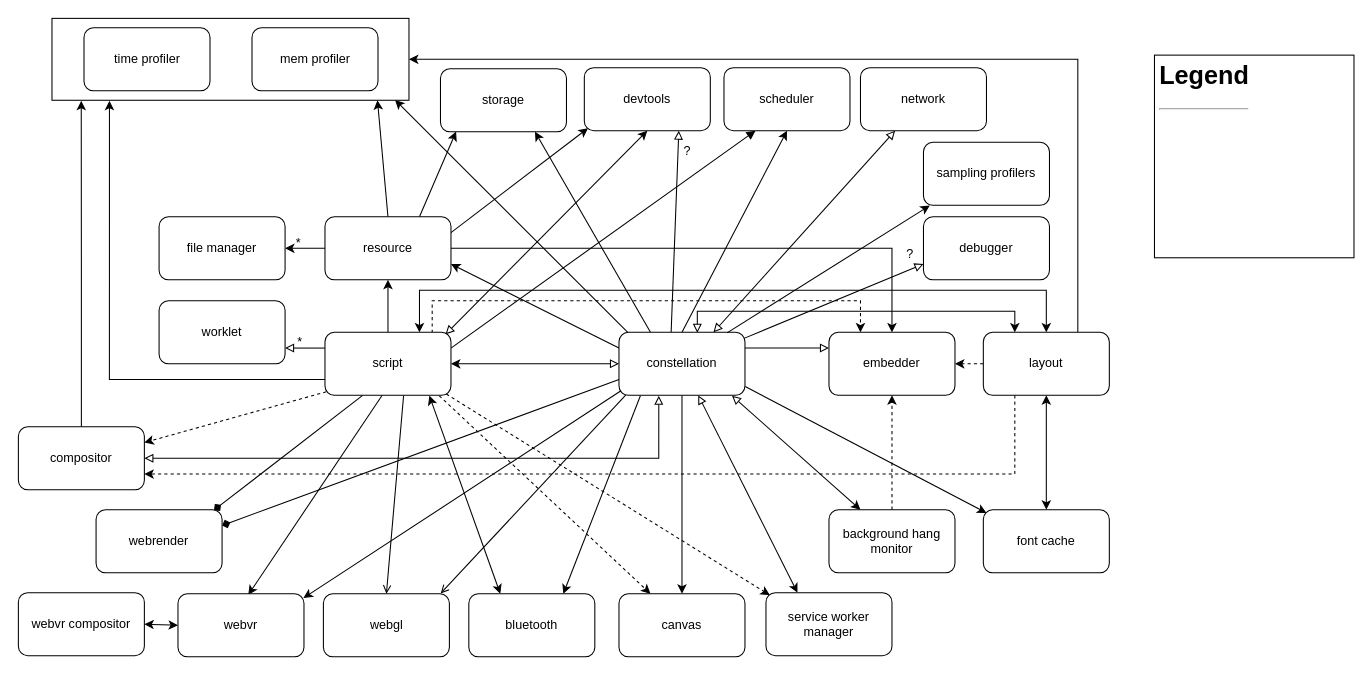
The draw.io diagram Servo concurrency - new layout.drawio in AZWN/servo-dependency-graph, before the edit. Source tidied: cells renumbered, new cells numbered last; positions are measured from the earlier drawing's top-left corner, leaving out a move shared by most shapes. Both pictures are drawn from the tidied source at 105%, with x=0, y=0 at pixel (18, 18).
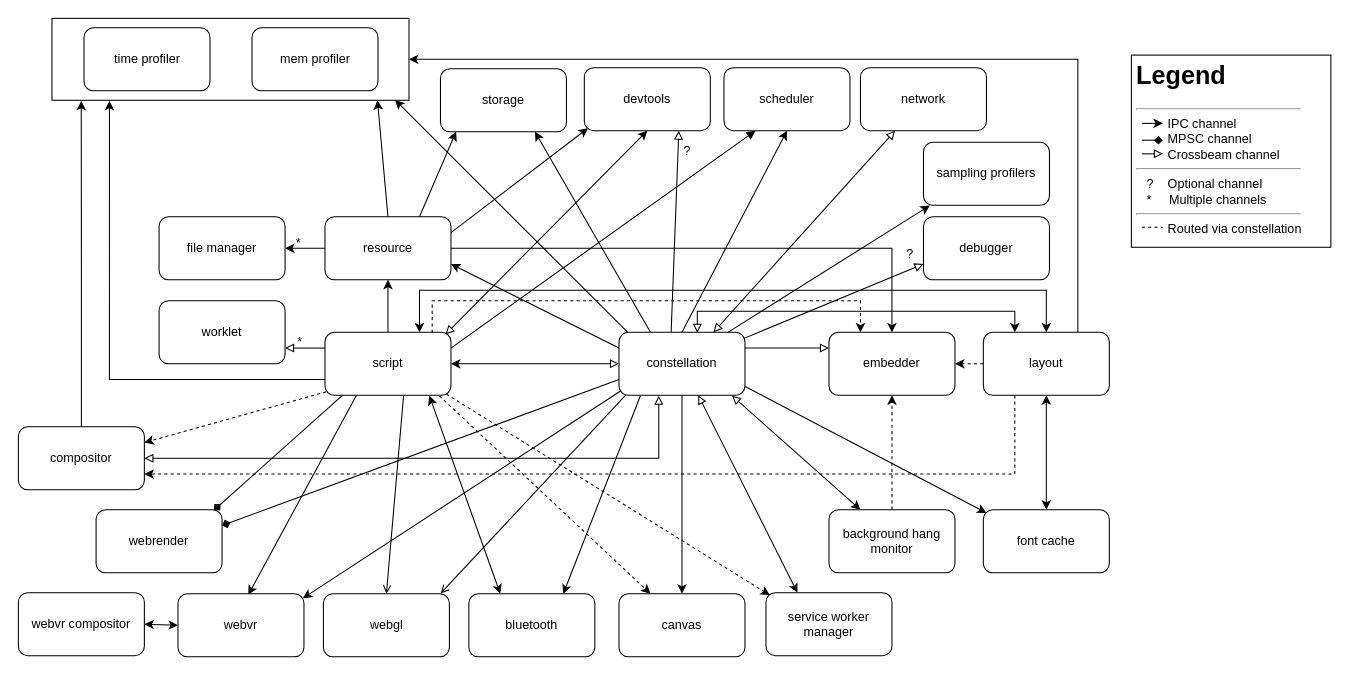
The same page after the edit.

Unchanged cells that the change refers to:
```xml
<mxCell id="18" value="script" style="rounded=1;whiteSpace=wrap;html=1;" parent="1" vertex="1">
  <mxGeometry x="292" y="299" width="120" height="60" as="geometry" />
</mxCell>
<mxCell id="37" value="constellation" style="rounded=1;whiteSpace=wrap;html=1;" parent="1" vertex="1">
  <mxGeometry x="572" y="299" width="120" height="60" as="geometry" />
</mxCell>
<mxCell id="46" value="webrender" style="rounded=1;whiteSpace=wrap;html=1;" parent="1" vertex="1">
  <mxGeometry x="74" y="468" width="120" height="60" as="geometry" />
</mxCell>
<mxCell id="48" value="webvr" style="rounded=1;whiteSpace=wrap;html=1;" parent="1" vertex="1">
  <mxGeometry x="152" y="548" width="120" height="60" as="geometry" />
</mxCell>
```

What changed in the source:
```diff
@@
-    <mxCell id="4" style="edgeStyle=none;rounded=0;jettySize=auto;html=1;exitX=0.299;exitY=1;exitDx=0;exitDy=0;entryX=0.936;entryY=0.006;entryDx=0;entryDy=0;startArrow=none;startFill=0;exitPerimeter=0;entryPerimeter=0;endArrow=diamond;endFill=1;" parent="1" edge="1" source="18" target="46">
+    <mxCell id="4" style="edgeStyle=none;rounded=0;jettySize=auto;html=1;exitX=0.143;exitY=0.992;exitDx=0;exitDy=0;entryX=0.936;entryY=0.006;entryDx=0;entryDy=0;startArrow=none;startFill=0;exitPerimeter=0;entryPerimeter=0;endArrow=diamond;endFill=1;" parent="1" edge="1" source="18" target="46">
       <mxGeometry relative="1" as="geometry" />
     </mxCell>
-    <mxCell id="5" style="edgeStyle=none;rounded=0;jettySize=auto;html=1;exitX=0.454;exitY=1;exitDx=0;exitDy=0;entryX=0.558;entryY=0.017;entryDx=0;entryDy=0;entryPerimeter=0;startArrow=none;startFill=0;exitPerimeter=0;" parent="1" edge="1" source="18" target="48">
+    <mxCell id="5" style="edgeStyle=none;rounded=0;jettySize=auto;html=1;exitX=0.25;exitY=1;exitDx=0;exitDy=0;entryX=0.558;entryY=0.017;entryDx=0;entryDy=0;entryPerimeter=0;startArrow=none;startFill=0;" parent="1" edge="1" source="18" target="48">
       <mxGeometry relative="1" as="geometry" />
     </mxCell>
@@
-    <mxCell id="22" style="edgeStyle=none;rounded=0;jettySize=auto;html=1;exitX=0.016;exitY=0.928;exitDx=0;exitDy=0;entryX=0.996;entryY=0.067;entryDx=0;entryDy=0;startArrow=none;startFill=0;exitPerimeter=0;entryPerimeter=0;" parent="1" edge="1" source="37" target="48">
+    <mxCell id="22" style="edgeStyle=none;rounded=0;jettySize=auto;html=1;exitX=0.016;exitY=0.928;exitDx=0;exitDy=0;entryX=0.991;entryY=0.071;entryDx=0;entryDy=0;startArrow=none;startFill=0;exitPerimeter=0;entryPerimeter=0;" parent="1" edge="1" source="37" target="48">
       <mxGeometry relative="1" as="geometry" />
     </mxCell>
@@
-    <mxCell id="77" value="&lt;h1&gt;Legend&lt;/h1&gt;&lt;hr&gt;&lt;br&gt;" style="text;html=1;spacing=5;spacingTop=-20;whiteSpace=wrap;overflow=hidden;rounded=0;labelBackgroundColor=none;strokeColor=#000000;fillColor=none;" parent="1" vertex="1">
-      <mxGeometry x="1082" y="35" width="190" height="193" as="geometry" />
+    <mxCell id="77" value="&lt;h1&gt;Legend&lt;/h1&gt;&lt;hr&gt;&amp;nbsp; &amp;nbsp; &amp;nbsp; &amp;nbsp; &amp;nbsp;IPC channel&lt;br&gt;&amp;nbsp; &amp;nbsp; &amp;nbsp; &amp;nbsp; &amp;nbsp;MPSC channel&lt;br&gt;&amp;nbsp; &amp;nbsp; &amp;nbsp; &amp;nbsp; &amp;nbsp;Crossbeam channel&lt;br&gt;&lt;hr&gt;&amp;nbsp; &amp;nbsp;?&amp;nbsp; &amp;nbsp; Optional channel&lt;br&gt;&amp;nbsp; &amp;nbsp;*&amp;nbsp; &amp;nbsp; &amp;nbsp;Multiple channels&lt;hr&gt;&amp;nbsp; &amp;nbsp; &amp;nbsp; &amp;nbsp; &amp;nbsp;Routed via constellation" style="text;html=1;spacing=5;spacingTop=-20;whiteSpace=wrap;overflow=hidden;rounded=0;labelBackgroundColor=none;strokeColor=#000000;fillColor=none;" parent="1" vertex="1">
+      <mxGeometry x="1060" y="35" width="190" height="183" as="geometry" />
     </mxCell>
@@
+    <mxCell id="79" style="endArrow=classic;html=1;strokeWidth=1;" parent="1" edge="1">
+      <mxGeometry relative="1" as="geometry">
+        <mxPoint x="1070" y="100" as="sourcePoint" />
+        <mxPoint x="1090" y="100" as="targetPoint" />
+        <Array as="points">
+          <mxPoint x="1080" y="100" />
+        </Array>
+      </mxGeometry>
+    </mxCell>
+    <mxCell id="80" style="endArrow=block;html=1;strokeWidth=1;endFill=0;" parent="1" edge="1">
+      <mxGeometry relative="1" as="geometry">
+        <mxPoint x="1070" y="129" as="sourcePoint" />
+        <mxPoint x="1090" y="129" as="targetPoint" />
+      </mxGeometry>
+    </mxCell>
+    <mxCell id="81" style="endArrow=diamond;html=1;strokeWidth=1;endFill=1;" parent="1" edge="1">
+      <mxGeometry relative="1" as="geometry">
+        <mxPoint x="1070" y="116" as="sourcePoint" />
+        <mxPoint x="1090" y="116" as="targetPoint" />
+      </mxGeometry>
+    </mxCell>
+    <mxCell id="82" style="endArrow=none;html=1;strokeWidth=1;dashed=1;" parent="1" edge="1">
+      <mxGeometry relative="1" as="geometry">
+        <mxPoint x="1070" y="199" as="sourcePoint" />
+        <mxPoint x="1090" y="199" as="targetPoint" />
+      </mxGeometry>
+    </mxCell>
```
